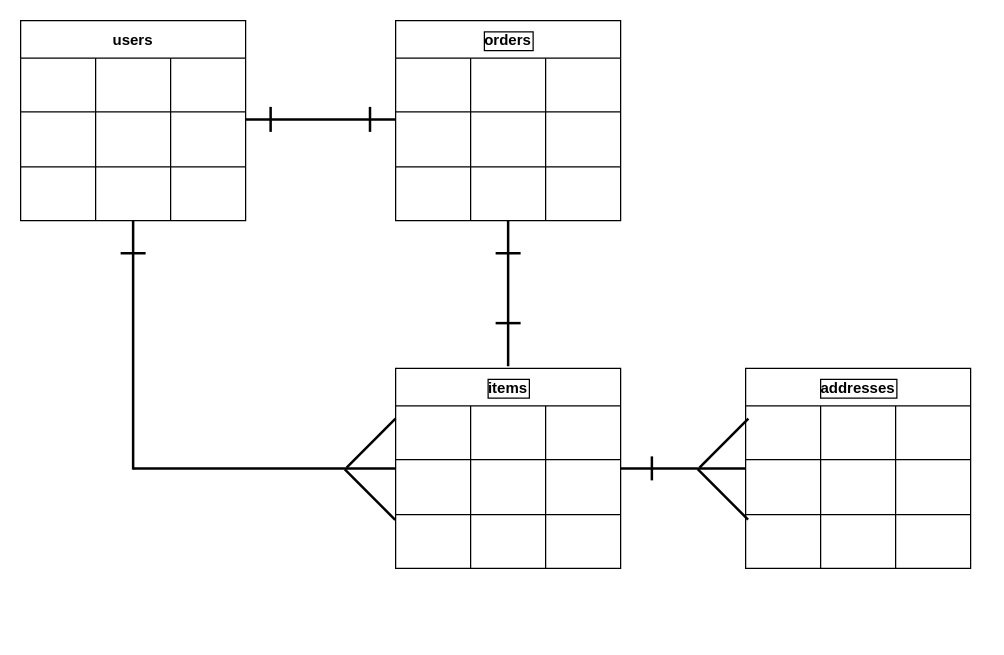
The draw.io diagram test.dio in TygFF11/furima-37250, before the edit. Source tidied: cells renumbered, new cells numbered last; positions are measured from the earlier drawing's top-left corner, leaving out a move shared by most shapes. Both pictures are drawn from the tidied source at 125%, with x=0, y=0 at pixel (20, 20).
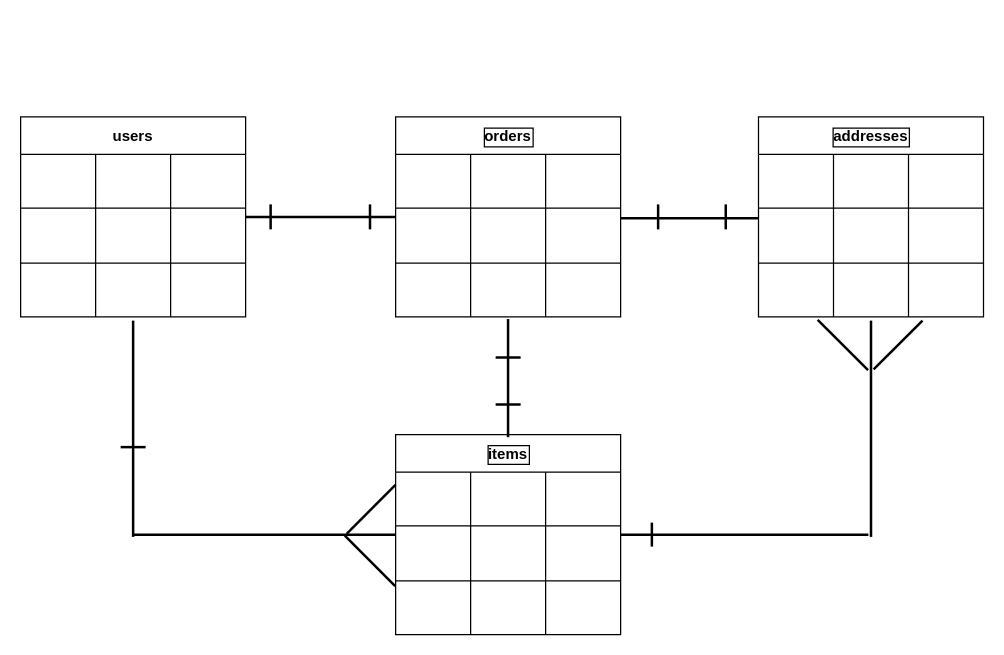
Above is the later version.

Commit message (it also covers changes not shown here):
データベース設計　修正5

Diff of the diagram source:
```diff
@@
     <mxCell id="2" value="users" style="shape=table;startSize=30;childLayout=tableLayout;fontStyle=1;align=center;" parent="1" vertex="1">
-      <mxGeometry width="180" height="160" as="geometry" />
+      <mxGeometry y="77" width="180" height="160" as="geometry" />
     </mxCell>
@@
     <mxCell id="15" style="line;strokeWidth=2;html=1;" parent="1" vertex="1">
-      <mxGeometry x="180" y="74" width="120" height="10" as="geometry" />
+      <mxGeometry x="180" y="152" width="120" height="10" as="geometry" />
     </mxCell>
     <mxCell id="16" value="items" style="shape=table;startSize=30;childLayout=tableLayout;fontStyle=1;align=center;labelBorderColor=#000000;" parent="1" vertex="1">
-      <mxGeometry x="300" y="278.2" width="180" height="160" as="geometry" />
+      <mxGeometry x="300" y="331.2" width="180" height="160" as="geometry" />
     </mxCell>
@@
     <mxCell id="29" value="orders" style="shape=table;startSize=30;childLayout=tableLayout;fontStyle=1;align=center;labelBorderColor=#000000;" parent="1" vertex="1">
-      <mxGeometry x="300" width="180" height="160" as="geometry" />
+      <mxGeometry x="300" y="77" width="180" height="160" as="geometry" />
     </mxCell>
@@
     <mxCell id="42" style="line;strokeWidth=2;html=1;startSize=30;rotation=90;" parent="1" vertex="1">
-      <mxGeometry x="190" y="74" width="20" height="10" as="geometry" />
+      <mxGeometry x="190" y="152" width="20" height="10" as="geometry" />
     </mxCell>
     <mxCell id="43" style="line;strokeWidth=2;html=1;startSize=30;rotation=-180;" parent="1" vertex="1">
-      <mxGeometry x="380" y="237" width="20" height="10" as="geometry" />
+      <mxGeometry x="380" y="302.1" width="20" height="10" as="geometry" />
     </mxCell>
     <mxCell id="44" style="line;strokeWidth=2;html=1;startSize=30;rotation=90;" parent="1" vertex="1">
-      <mxGeometry x="331.8" y="213.3" width="116.4" height="10" as="geometry" />
+      <mxGeometry x="342.7" y="281" width="94.5" height="10" as="geometry" />
     </mxCell>
     <mxCell id="45" style="line;strokeWidth=2;html=1;startSize=30;rotation=-180;" parent="1" vertex="1">
-      <mxGeometry x="380" y="181.1" width="20" height="10" as="geometry" />
+      <mxGeometry x="380" y="264.5" width="20" height="10" as="geometry" />
     </mxCell>
     <mxCell id="46" style="line;strokeWidth=2;html=1;startSize=30;rotation=90;" parent="1" vertex="1">
-      <mxGeometry x="269.5" y="74" width="20" height="10" as="geometry" />
+      <mxGeometry x="269.5" y="152" width="20" height="10" as="geometry" />
     </mxCell>
     <mxCell id="47" style="line;strokeWidth=2;html=1;" parent="1" vertex="1">
-      <mxGeometry x="90" y="353.2" width="210" height="10" as="geometry" />
+      <mxGeometry x="90" y="406.2" width="210" height="10" as="geometry" />
     </mxCell>
     <mxCell id="48" style="line;strokeWidth=2;html=1;startSize=30;rotation=90;direction=south;" parent="1" vertex="1">
-      <mxGeometry x="85" y="176.1" width="10" height="20" as="geometry" />
+      <mxGeometry x="85" y="331.2" width="10" height="20" as="geometry" />
     </mxCell>
     <mxCell id="49" style="line;strokeWidth=2;html=1;startSize=30;rotation=45;" parent="1" vertex="1">
-      <mxGeometry x="251" y="374.2" width="57" height="10" as="geometry" />
+      <mxGeometry x="251" y="427.2" width="57" height="10" as="geometry" />
     </mxCell>
     <mxCell id="50" style="line;strokeWidth=2;html=1;startSize=30;rotation=-225;" parent="1" vertex="1">
-      <mxGeometry x="252.7" y="333" width="55.3" height="10" as="geometry" />
+      <mxGeometry x="252.7" y="386" width="55.3" height="10" as="geometry" />
     </mxCell>
     <mxCell id="51" style="line;strokeWidth=2;direction=south;html=1;" parent="1" vertex="1">
-      <mxGeometry x="85" y="160" width="10" height="199.2" as="geometry" />
+      <mxGeometry x="85" y="240" width="10" height="173" as="geometry" />
     </mxCell>
     <mxCell id="52" style="line;strokeWidth=2;direction=south;html=1;rotation=90;" parent="1" vertex="1">
-      <mxGeometry x="525" y="308.2" width="10" height="100" as="geometry" />
+      <mxGeometry x="574.1" y="312.1" width="10" height="198.2" as="geometry" />
     </mxCell>
     <mxCell id="53" style="line;strokeWidth=2;direction=south;html=1;rotation=-180;" parent="1" vertex="1">
-      <mxGeometry x="500" y="348.6" width="10" height="19.2" as="geometry" />
+      <mxGeometry x="500" y="401.6" width="10" height="19.2" as="geometry" />
     </mxCell>
     <mxCell id="54" value="addresses" style="shape=table;startSize=30;childLayout=tableLayout;fontStyle=1;align=center;labelBorderColor=#000000;" parent="1" vertex="1">
-      <mxGeometry x="580" y="278.2" width="180" height="160" as="geometry" />
+      <mxGeometry x="590.3" y="77" width="180" height="160" as="geometry" />
     </mxCell>
@@
     <mxCell id="67" style="line;strokeWidth=2;html=1;startSize=30;rotation=-225;" parent="1" vertex="1">
-      <mxGeometry x="535" y="333" width="55.3" height="10" as="geometry" />
+      <mxGeometry x="674.3" y="254.5" width="55.3" height="10" as="geometry" />
     </mxCell>
     <mxCell id="68" style="line;strokeWidth=2;html=1;startSize=30;rotation=45;" parent="1" vertex="1">
-      <mxGeometry x="533.3" y="374" width="57" height="10" as="geometry" />
+      <mxGeometry x="629.3" y="254.5" width="57" height="10" as="geometry" />
     </mxCell>
+    <mxCell id="69" style="line;strokeWidth=2;html=1;" parent="1" vertex="1">
+      <mxGeometry x="480" y="153" width="110" height="10" as="geometry" />
+    </mxCell>
+    <mxCell id="70" style="line;strokeWidth=2;direction=south;html=1;" parent="1" vertex="1">
+      <mxGeometry x="675.3" y="240" width="10" height="173" as="geometry" />
+    </mxCell>
+    <mxCell id="71" style="line;strokeWidth=2;html=1;startSize=30;rotation=90;" parent="1" vertex="1">
+      <mxGeometry x="500" y="152" width="20" height="10" as="geometry" />
+    </mxCell>
+    <mxCell id="72" style="line;strokeWidth=2;html=1;startSize=30;rotation=90;" parent="1" vertex="1">
+      <mxGeometry x="554.1" y="152" width="20" height="10" as="geometry" />
+    </mxCell>
```
